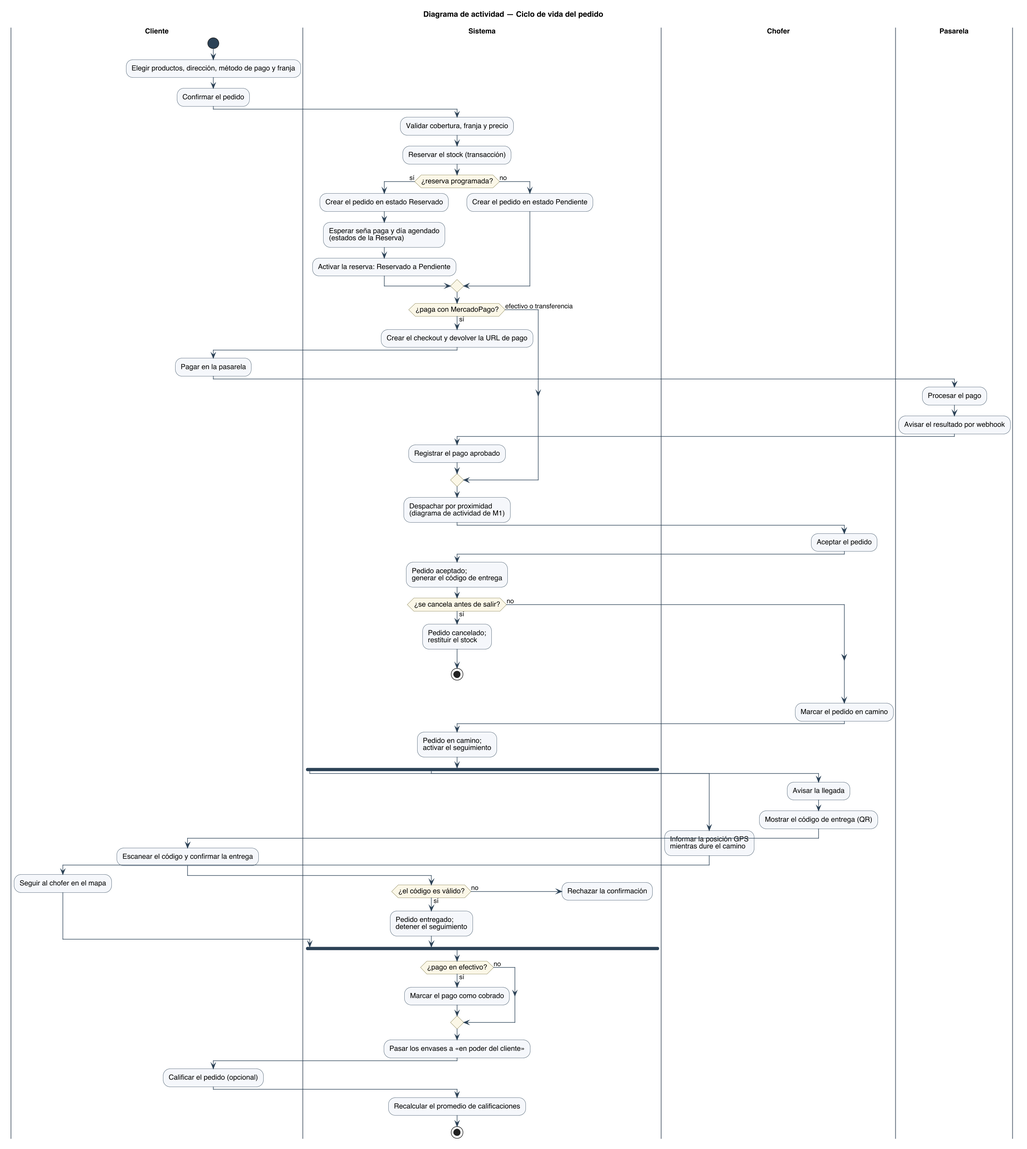
This is diagramas/uml/UML_Actividad_CicloPedido.png from Nahuelito-Dev/splg-docs, a PlantUML export, as it was before one commit. Source of this version:
```plantuml
@startuml
title Diagrama de actividad — Ciclo de vida del pedido
skinparam backgroundColor #FFFFFF
skinparam shadowing false
skinparam defaultFontName Helvetica
skinparam defaultFontSize 13
skinparam dpi 150
skinparam ArrowColor #2C4257
skinparam ArrowFontSize 12
skinparam activity {
  BackgroundColor #F4F7FA
  BorderColor #2C4257
  DiamondBackgroundColor #FBF7E6
  DiamondBorderColor #7A7340
  BarColor #2C4257
  StartColor #2C4257
  EndColor #2C4257
}
skinparam swimlane {
  BorderColor #6B7683
  TitleFontStyle bold
}
skinparam NoteBackgroundColor #FBF7E6
skinparam NoteBorderColor #7A7340
|Cliente|
|Sistema|
|Chofer|
|Pasarela|
|Cliente|
start
:Elegir productos, dirección, método de pago y franja;
:Confirmar el pedido;
|Sistema|
:Validar cobertura, franja y precio;
:Reservar el stock (transacción);
if (¿reserva programada?) then (sí)
  :Crear el pedido en estado Reservado;
  :Esperar seña paga y día agendado\n(estados de la Reserva);
  :Activar la reserva: Reservado a Pendiente;
else (no)
  :Crear el pedido en estado Pendiente;
endif
if (¿paga con MercadoPago?) then (sí)
  :Crear el checkout y devolver la URL de pago;
  |Cliente|
  :Pagar en la pasarela;
  |Pasarela|
  :Procesar el pago;
  :Avisar el resultado por webhook;
  |Sistema|
  :Registrar el pago aprobado;
else (efectivo o transferencia)
endif
:Despachar por proximidad\n(diagrama de actividad de M1);
|Chofer|
:Aceptar el pedido;
|Sistema|
:Pedido aceptado;\ngenerar el código de entrega;
if (¿se cancela antes de salir?) then (sí)
  :Pedido cancelado;\nrestituir el stock;
  stop
else (no)
endif
|Chofer|
:Marcar el pedido en camino;
|Sistema|
:Pedido en camino;\nactivar el seguimiento;
fork
  |Chofer|
  :Informar la posición GPS\nmientras dure el camino;
  |Cliente|
  :Seguir al chofer en el mapa;
fork again
  |Chofer|
  :Avisar la llegada;
  :Mostrar el código de entrega (QR);
  |Cliente|
  :Escanear el código y confirmar la entrega;
  |Sistema|
  if (¿el código es válido?) then (sí)
    :Pedido entregado;\ndetener el seguimiento;
  else (no)
    :Rechazar la confirmación;
    detach
  endif
end fork
|Sistema|
if (¿pago en efectivo?) then (sí)
  :Marcar el pago como cobrado;
else (no)
endif
:Pasar los envases a «en poder del cliente»;
|Cliente|
:Calificar el pedido (opcional);
|Sistema|
:Recalcular el promedio de calificaciones;
stop
@enduml
```
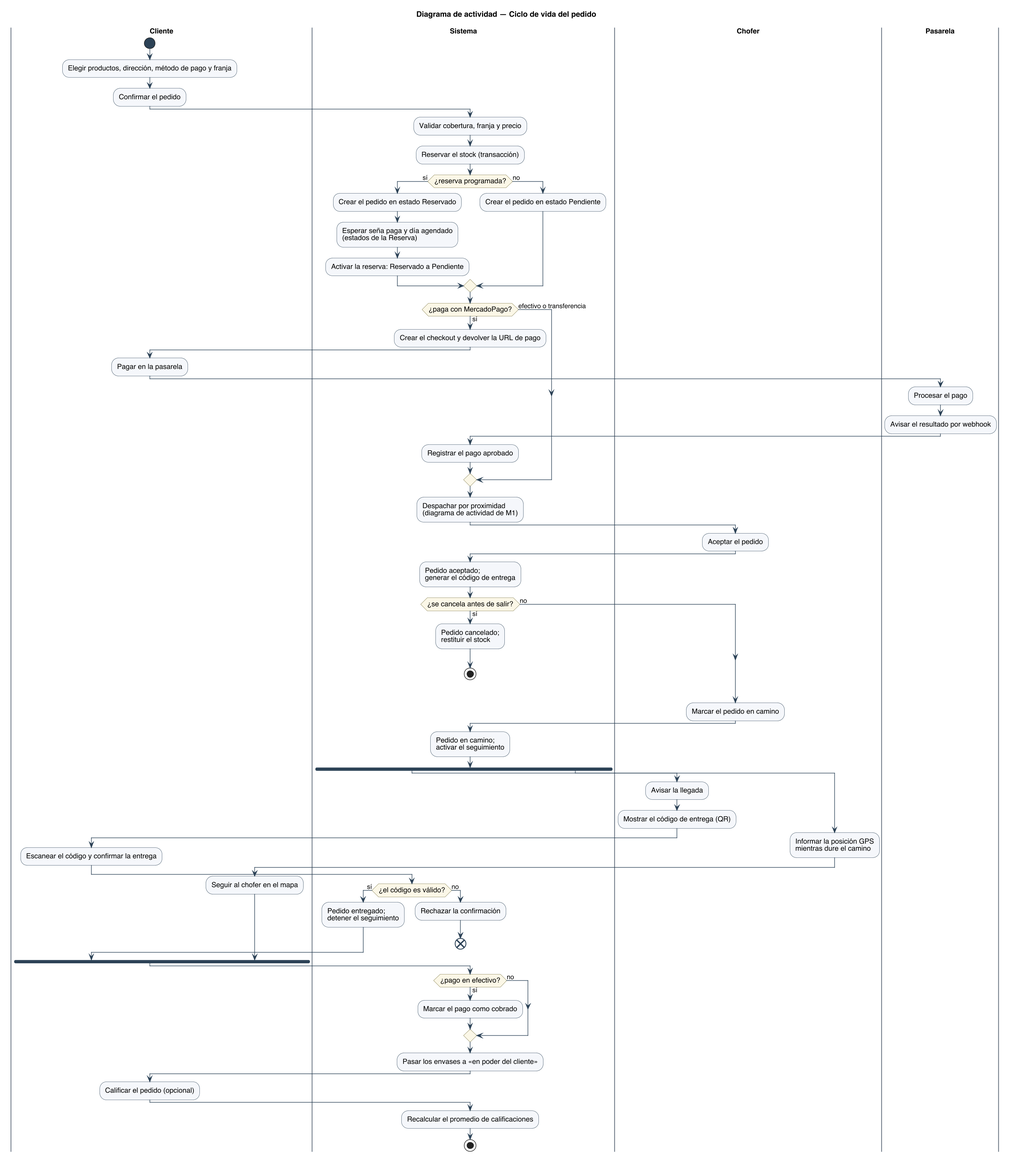
After the change.

What changed in the source:
```diff
@@ -67,11 +67,6 @@
 :Pedido en camino;\nactivar el seguimiento;
 fork
   |Chofer|
-  :Informar la posición GPS\nmientras dure el camino;
-  |Cliente|
-  :Seguir al chofer en el mapa;
-fork again
-  |Chofer|
   :Avisar la llegada;
   :Mostrar el código de entrega (QR);
   |Cliente|
@@ -81,8 +76,13 @@
     :Pedido entregado;\ndetener el seguimiento;
   else (no)
     :Rechazar la confirmación;
-    detach
+    end
   endif
+fork again
+  |Chofer|
+  :Informar la posición GPS\nmientras dure el camino;
+  |Cliente|
+  :Seguir al chofer en el mapa;
 end fork
 |Sistema|
 if (¿pago en efectivo?) then (sí)
```
